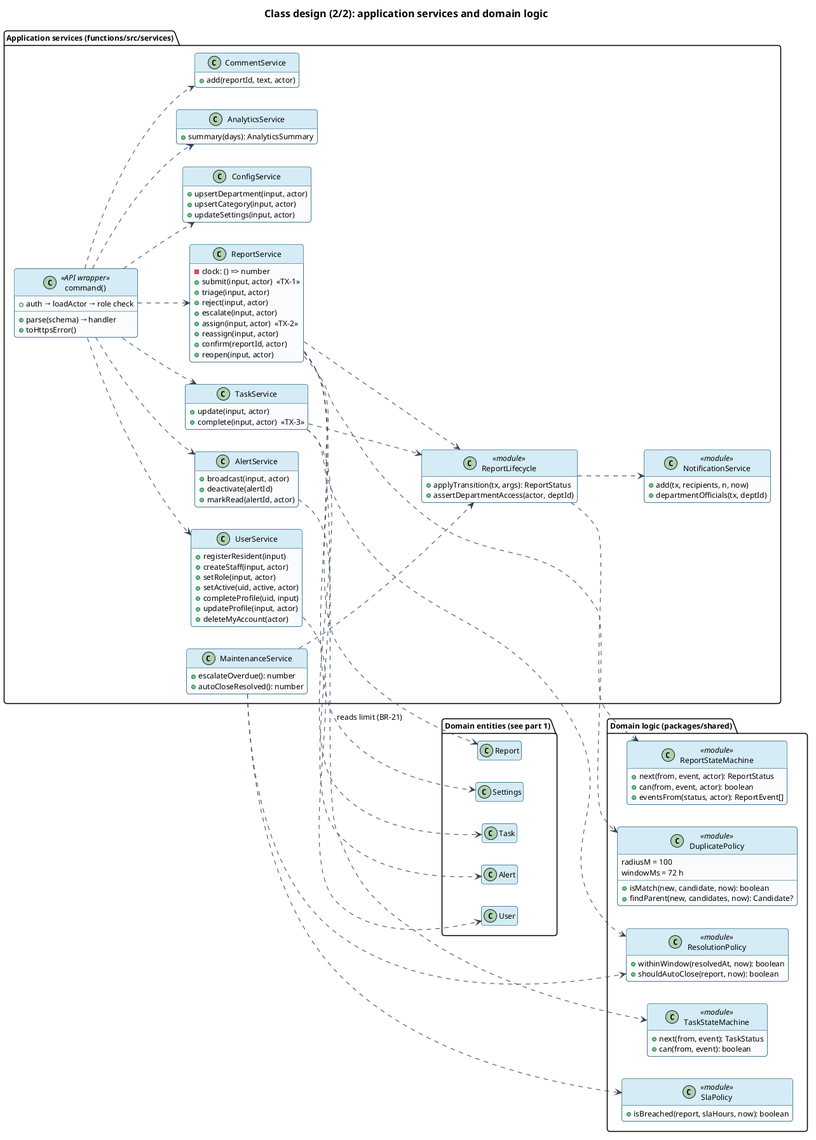
Above: docs/diagrams/class-services.png in altechemist/civiclink (PlantUML), before the change.
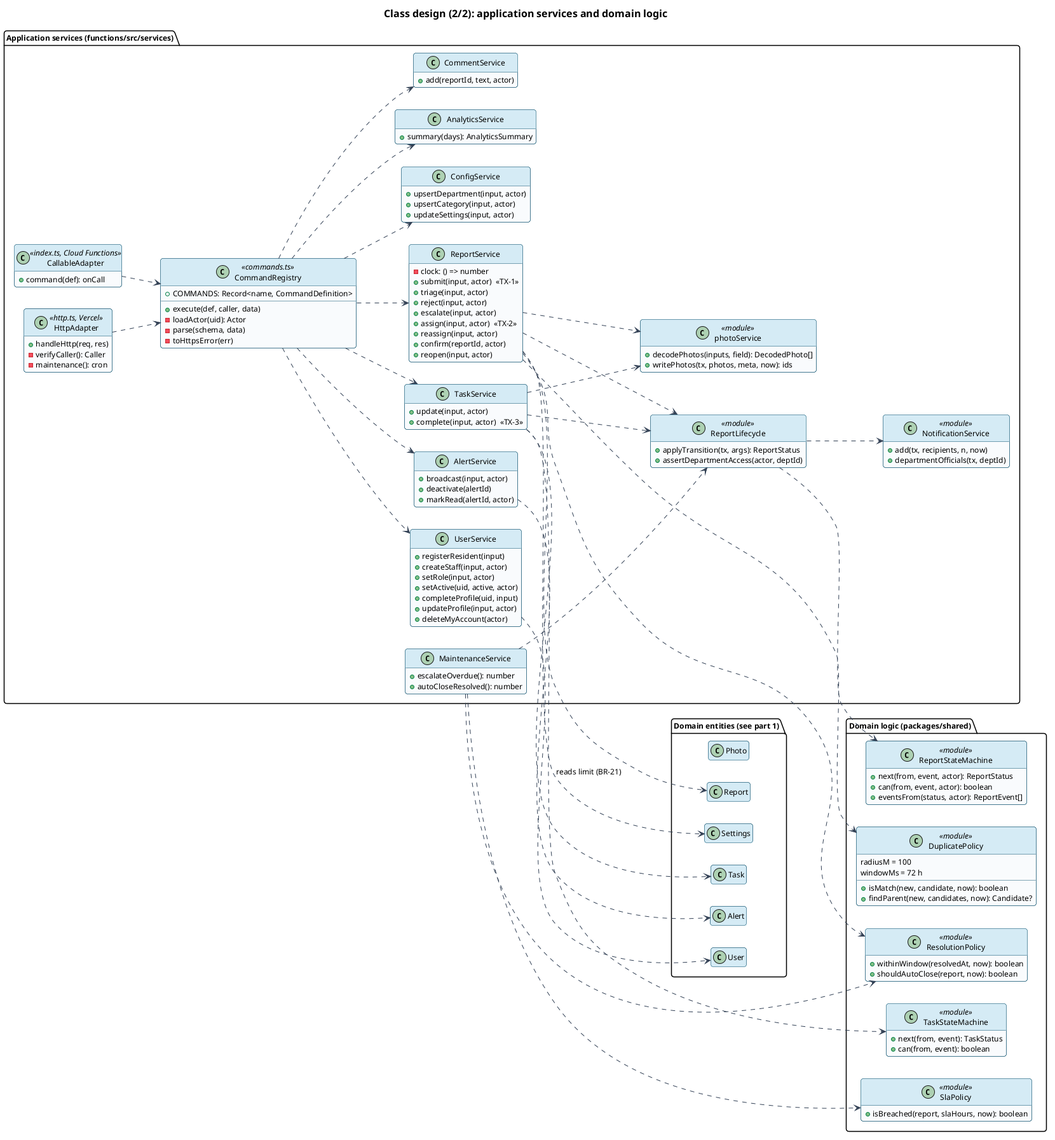
The same diagram one commit later.

The edit, as a diff of the source:
```diff
@@ -56,10 +56,24 @@
   class CommentService {
     +add(reportId, text, actor)
   }
-  class "command()" as Command <<API wrapper>> {
-    +auth → loadActor → role check
-    +parse(schema) → handler
-    +toHttpsError()
+  class CommandRegistry <<commands.ts>> {
+    +COMMANDS: Record<name, CommandDefinition>
+    +execute(def, caller, data)
+    -loadActor(uid): Actor
+    -parse(schema, data)
+    -toHttpsError(err)
+  }
+  class HttpAdapter <<http.ts, Vercel>> {
+    +handleHttp(req, res)
+    -verifyCaller(): Caller
+    -maintenance(): cron
+  }
+  class CallableAdapter <<index.ts, Cloud Functions>> {
+    +command(def): onCall
+  }
+  class photoService <<module>> {
+    +decodePhotos(inputs, field): DecodedPhoto[]
+    +writePhotos(tx, photos, meta, now): ids
   }
 }
 
@@ -94,14 +108,17 @@
   class Alert
   class User
   class Settings
+  class Photo
 }
-Command ..> ReportService
-Command ..> TaskService
-Command ..> AlertService
-Command ..> UserService
-Command ..> ConfigService
-Command ..> CommentService
-Command ..> AnalyticsService
+HttpAdapter ..> CommandRegistry
+CallableAdapter ..> CommandRegistry
+CommandRegistry ..> ReportService
+CommandRegistry ..> TaskService
+CommandRegistry ..> AlertService
+CommandRegistry ..> UserService
+CommandRegistry ..> ConfigService
+CommandRegistry ..> CommentService
+CommandRegistry ..> AnalyticsService
 ReportService ..> ReportLifecycle
 TaskService ..> ReportLifecycle
 MaintenanceService ..> ReportLifecycle
@@ -109,6 +126,8 @@
 ReportLifecycle ..> NotificationService
 TaskService ..> TaskStateMachine
 ReportService ..> DuplicatePolicy
+ReportService ..> photoService
+TaskService ..> photoService
 MaintenanceService ..> SlaPolicy
 MaintenanceService ..> ResolutionPolicy
 ReportService ..> ResolutionPolicy
```
